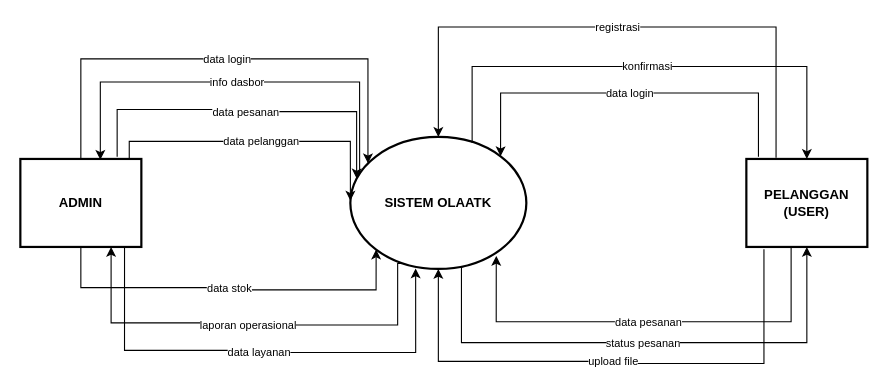
Above: docs/diagram/d1.drawio in tonkaton/OlaATK (draw.io), before the change. Source tidied: cells renumbered, new cells numbered last; positions are measured from the earlier drawing's top-left corner, leaving out a move shared by most shapes. Both pictures are drawn from the tidied source at 110%, with x=0, y=0 at pixel (20, 26).
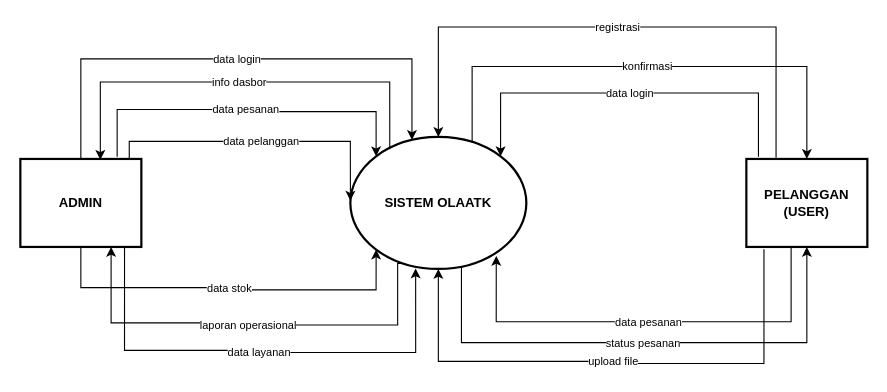
Above is the later version.

Unchanged cells that the change refers to:
```xml
<mxCell id="2" value="&lt;b&gt;ADMIN&lt;/b&gt;" style="rounded=0;whiteSpace=wrap;html=1;fillColor=none;strokeColor=#000000;fontColor=#000000;strokeWidth=2;" parent="1" vertex="1">
  <mxGeometry y="120" width="110" height="80" as="geometry" />
</mxCell>
<mxCell id="3" value="&lt;b&gt;SISTEM OLAATK&lt;/b&gt;" style="ellipse;whiteSpace=wrap;html=1;fillColor=none;strokeColor=#000000;fontColor=#000000;strokeWidth=2;perimeter=ellipsePerimeter;" parent="1" vertex="1">
  <mxGeometry x="300" y="100" width="160" height="120" as="geometry" />
</mxCell>
```

The edit, as a diff of the source:
```diff
@@
-    <mxCell id="5" value="data login" style="html=1;fontColor=#000000;strokeColor=#000000;fontSize=10;exitX=0.5;exitY=0;entryX=0;entryY=0.12;edgeStyle=orthogonalEdgeStyle;curved=0;exitDx=0;exitDy=0;rounded=0;" parent="1" edge="1" source="2" target="3">
+    <mxCell id="5" value="data login" style="html=1;fontColor=#000000;strokeColor=#000000;fontSize=10;exitX=0.5;exitY=0;edgeStyle=orthogonalEdgeStyle;curved=0;exitDx=0;exitDy=0;rounded=0;" parent="1" edge="1" source="2" target="3">
       <mxGeometry relative="1" as="geometry">
         <Array as="points">
           <mxPoint x="55" y="29" />
-          <mxPoint x="316" y="29" />
+          <mxPoint x="356" y="29" />
         </Array>
       </mxGeometry>
     </mxCell>
-    <mxCell id="6" value="data pesanan" style="html=1;fontColor=#000000;strokeColor=#000000;fontSize=10;entryX=0;entryY=0.30;edgeStyle=orthogonalEdgeStyle;curved=0;rounded=0;" parent="1" edge="1" target="3">
+    <mxCell id="6" value="data pesanan" style="html=1;fontColor=#000000;strokeColor=#000000;fontSize=10;entryX=0;entryY=0;edgeStyle=orthogonalEdgeStyle;curved=0;rounded=0;entryDx=0;entryDy=0;" parent="1" edge="1" target="3">
       <mxGeometry relative="1" as="geometry">
         <mxPoint x="88" y="118" as="sourcePoint" />
         <Array as="points">
           <mxPoint x="88" y="75" />
           <mxPoint x="205" y="75" />
           <mxPoint x="205" y="77" />
-          <mxPoint x="305" y="77" />
+          <mxPoint x="323" y="77" />
+          <mxPoint x="323" y="118" />
         </Array>
       </mxGeometry>
     </mxCell>
@@
-    <mxCell id="10" value="info dasbor" style="html=1;fontColor=#000000;strokeColor=#000000;fontSize=10;exitX=0;exitY=0.25;entryX=0.661;entryY=0.01;edgeStyle=orthogonalEdgeStyle;curved=0;entryDx=0;entryDy=0;entryPerimeter=0;rounded=0;" parent="1" edge="1" source="3" target="2">
+    <mxCell id="10" value="info dasbor" style="html=1;fontColor=#000000;strokeColor=#000000;fontSize=10;exitX=0.224;exitY=0.094;entryX=0.661;entryY=0.01;edgeStyle=orthogonalEdgeStyle;curved=0;entryDx=0;entryDy=0;entryPerimeter=0;rounded=0;exitDx=0;exitDy=0;exitPerimeter=0;" parent="1" edge="1" source="3" target="2">
       <mxGeometry relative="1" as="geometry">
         <Array as="points">
-          <mxPoint x="308" y="50" />
+          <mxPoint x="336" y="50" />
           <mxPoint x="73" y="50" />
         </Array>
       </mxGeometry>
     </mxCell>
```
